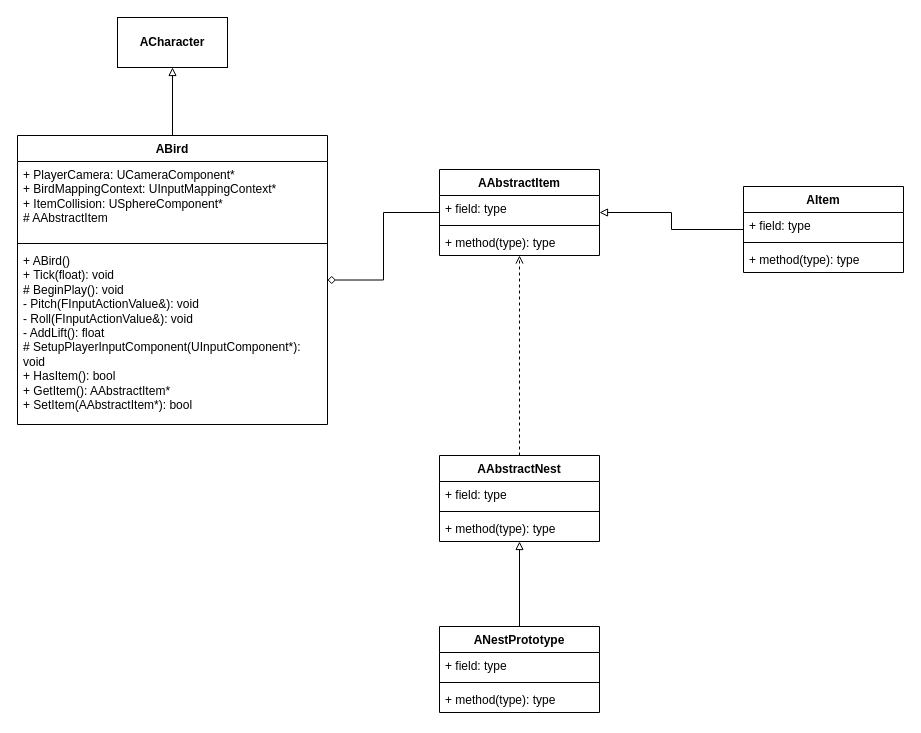
herrkrabbe/BirdGame keeps this draw.io diagram as UML.drawio. Above is the earlier version. Source tidied: cells renumbered, new cells numbered last; positions are measured from the earlier drawing's top-left corner, leaving out a move shared by most shapes. Both pictures are drawn from the tidied source at 100%, with x=0, y=0 at pixel (17, 17).
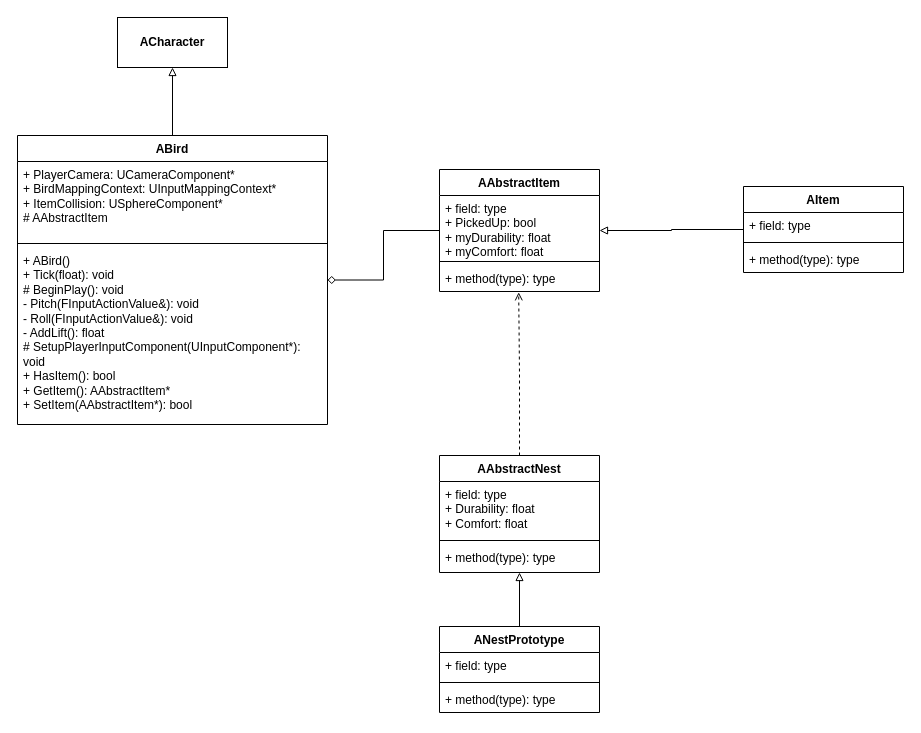
The same page after the edit.

The edit, as a diff of the source:
```diff
@@
     <mxCell id="9" value="AAbstractItem" style="swimlane;fontStyle=1;align=center;verticalAlign=top;horizontal=1;startSize=26;whiteSpace=wrap;html=1;" parent="1" vertex="1">
-      <mxGeometry x="422" y="152" width="160" height="86" as="geometry" />
+      <mxGeometry x="422" y="152" width="160" height="122" as="geometry" />
     </mxCell>
-    <mxCell id="10" value="+ field: type" style="text;strokeColor=none;fillColor=none;align=left;verticalAlign=top;spacingLeft=4;spacingRight=4;overflow=hidden;whiteSpace=wrap;html=1;" parent="9" vertex="1">
-      <mxGeometry y="26" width="160" height="26" as="geometry" />
+    <mxCell id="10" value="+ field: type&lt;div&gt;+ PickedUp: bool&lt;/div&gt;&lt;div&gt;&lt;div&gt;+ myDurability: float&lt;/div&gt;&lt;div&gt;+ myComfort: float&lt;/div&gt;&lt;/div&gt;" style="text;strokeColor=none;fillColor=none;align=left;verticalAlign=top;spacingLeft=4;spacingRight=4;overflow=hidden;whiteSpace=wrap;html=1;" parent="9" vertex="1">
+      <mxGeometry y="26" width="160" height="62" as="geometry" />
     </mxCell>
     <mxCell id="11" style="line;strokeWidth=1;fillColor=none;align=left;verticalAlign=middle;spacingTop=-1;spacingLeft=3;spacingRight=3;labelPosition=right;strokeColor=inherit;" parent="9" vertex="1">
-      <mxGeometry y="52" width="160" height="8" as="geometry" />
+      <mxGeometry y="88" width="160" height="8" as="geometry" />
     </mxCell>
     <mxCell id="12" value="+ method(type): type" style="text;strokeColor=none;fillColor=none;align=left;verticalAlign=top;spacingLeft=4;spacingRight=4;overflow=hidden;points=[[0,0.5],[1,0.5]];portConstraint=eastwest;whiteSpace=wrap;html=1;" parent="9" vertex="1">
-      <mxGeometry y="60" width="160" height="26" as="geometry" />
+      <mxGeometry y="96" width="160" height="26" as="geometry" />
     </mxCell>
@@
-    <mxCell id="18" style="edgeStyle=orthogonalEdgeStyle;rounded=0;jettySize=auto;html=1;endArrow=open;endFill=0;dashed=1;" parent="1" edge="1" source="19" target="9">
+    <mxCell id="18" style="edgeStyle=orthogonalEdgeStyle;rounded=0;jettySize=auto;html=1;endArrow=open;endFill=0;dashed=1;entryX=0.495;entryY=1.031;entryDx=0;entryDy=0;entryPerimeter=0;" parent="1" edge="1" source="19" target="12">
       <mxGeometry relative="1" as="geometry" />
     </mxCell>
     <mxCell id="19" value="AAbstractNest" style="swimlane;fontStyle=1;align=center;verticalAlign=top;horizontal=1;startSize=26;whiteSpace=wrap;html=1;" parent="1" vertex="1">
-      <mxGeometry x="422" y="438" width="160" height="86" as="geometry" />
+      <mxGeometry x="422" y="438" width="160" height="117" as="geometry" />
     </mxCell>
-    <mxCell id="20" value="+ field: type" style="text;strokeColor=none;fillColor=none;align=left;verticalAlign=top;spacingLeft=4;spacingRight=4;overflow=hidden;whiteSpace=wrap;html=1;" parent="19" vertex="1">
-      <mxGeometry y="26" width="160" height="26" as="geometry" />
+    <mxCell id="20" value="+ field: type&lt;div&gt;+ Durability: float&lt;/div&gt;&lt;div&gt;+ Comfort: float&lt;/div&gt;" style="text;strokeColor=none;fillColor=none;align=left;verticalAlign=top;spacingLeft=4;spacingRight=4;overflow=hidden;whiteSpace=wrap;html=1;" parent="19" vertex="1">
+      <mxGeometry y="26" width="160" height="55" as="geometry" />
     </mxCell>
     <mxCell id="21" style="line;strokeWidth=1;fillColor=none;align=left;verticalAlign=middle;spacingTop=-1;spacingLeft=3;spacingRight=3;labelPosition=right;strokeColor=inherit;" parent="19" vertex="1">
-      <mxGeometry y="52" width="160" height="8" as="geometry" />
+      <mxGeometry y="81" width="160" height="8" as="geometry" />
     </mxCell>
     <mxCell id="22" value="+ method(type): type" style="text;strokeColor=none;fillColor=none;align=left;verticalAlign=top;spacingLeft=4;spacingRight=4;overflow=hidden;whiteSpace=wrap;html=1;" parent="19" vertex="1">
-      <mxGeometry y="60" width="160" height="26" as="geometry" />
+      <mxGeometry y="89" width="160" height="28" as="geometry" />
     </mxCell>
```
